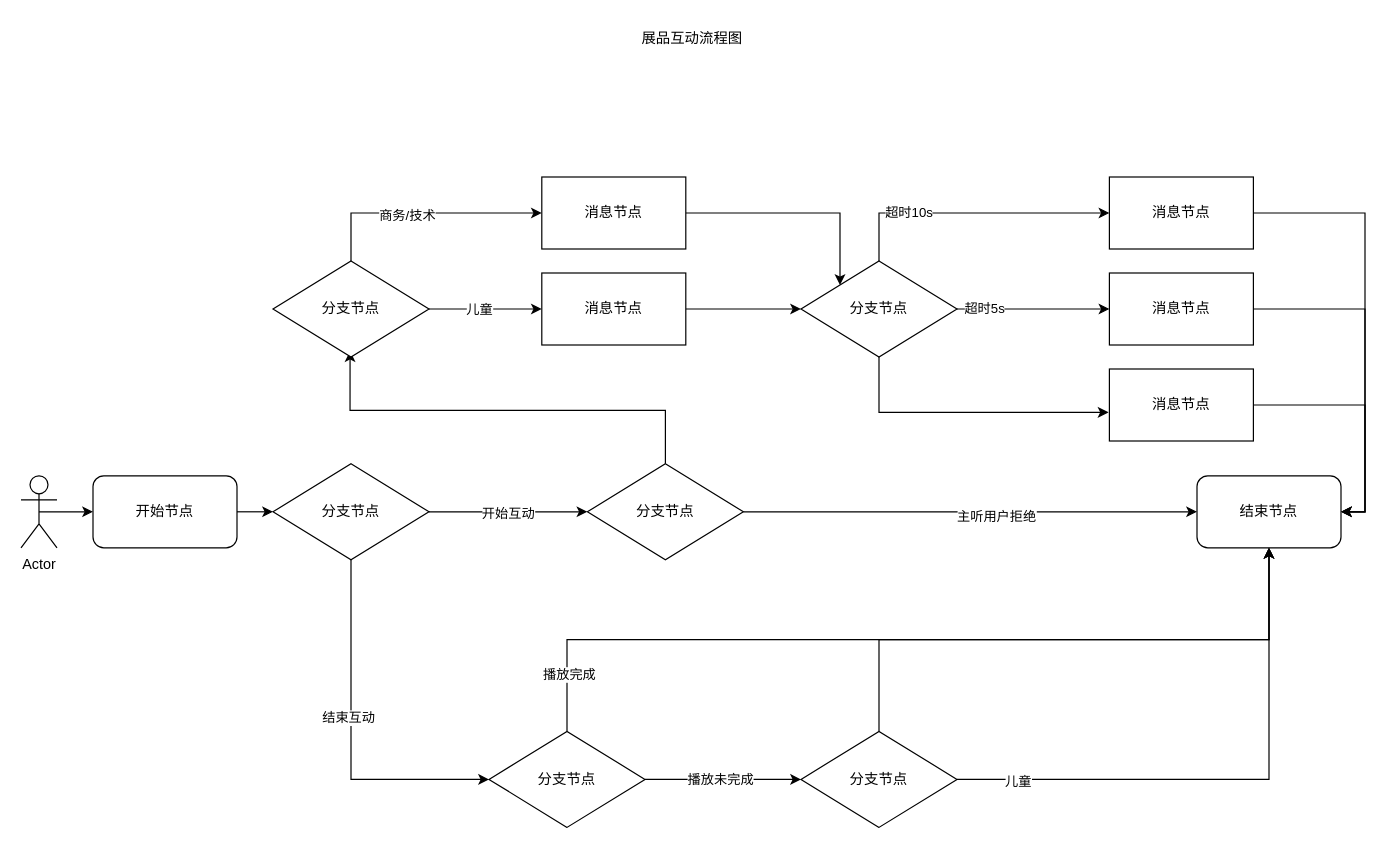
Earlier version of the draw.io diagram 7.展品互动.drawio (huaxiaojilzg/workflow_draw). Source tidied: cells renumbered, new cells numbered last; positions are measured from the earlier drawing's top-left corner, leaving out a move shared by most shapes. Both pictures are drawn from the tidied source at 120%, with x=0, y=0 at pixel (20, 20).
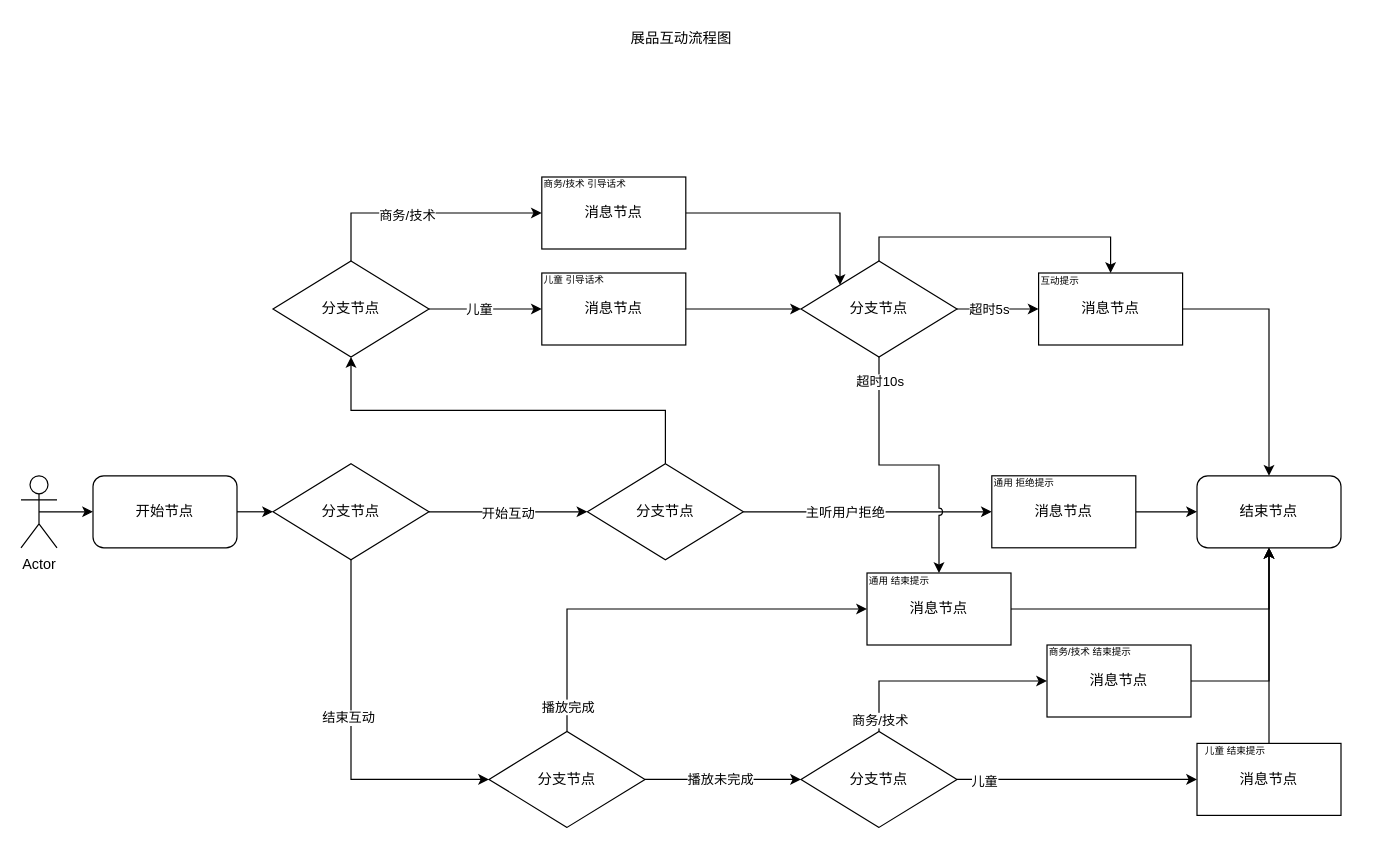
The same page after the edit.

Commit message:
更新7.展品互动.drawio

The change refers to these unchanged cells:
```xml
<mxCell id="9" value="结束节点" style="rounded=1;whiteSpace=wrap;html=1;" parent="1" vertex="1">
  <mxGeometry x="980" y="379" width="120" height="60" as="geometry" />
</mxCell>
<mxCell id="12" value="分支节点" style="rhombus;whiteSpace=wrap;html=1;" parent="1" vertex="1">
  <mxGeometry x="472" y="369" width="130" height="80" as="geometry" />
</mxCell>
<mxCell id="20" value="分支节点" style="rhombus;whiteSpace=wrap;html=1;direction=west;" parent="1" vertex="1">
  <mxGeometry x="390" y="592" width="130" height="80" as="geometry" />
</mxCell>
<mxCell id="21" style="edgeStyle=orthogonalEdgeStyle;rounded=0;jettySize=auto;html=1;exitX=1;exitY=0.5;exitDx=0;exitDy=0;entryX=0;entryY=0.5;entryDx=0;entryDy=0;" parent="1" edge="1" source="26" target="44">
  <mxGeometry relative="1" as="geometry" />
</mxCell>
<mxCell id="26" value="分支节点" style="rhombus;whiteSpace=wrap;html=1;" parent="1" vertex="1">
  <mxGeometry x="650" y="200" width="130" height="80" as="geometry" />
</mxCell>
<mxCell id="30" value="分支节点" style="rhombus;whiteSpace=wrap;html=1;direction=west;" parent="1" vertex="1">
  <mxGeometry x="650" y="592" width="130" height="80" as="geometry" />
</mxCell>
<mxCell id="34" value="分支节点" style="rhombus;whiteSpace=wrap;html=1;" parent="1" vertex="1">
  <mxGeometry x="210" y="200" width="130" height="80" as="geometry" />
</mxCell>
```

Diff of the diagram source:
```diff
@@
-    <mxCell id="8" style="edgeStyle=orthogonalEdgeStyle;rounded=0;jettySize=auto;html=1;exitX=0.5;exitY=0;exitDx=0;exitDy=0;entryX=0.494;entryY=0.938;entryDx=0;entryDy=0;entryPerimeter=0;" parent="1" edge="1" source="12" target="34">
+    <mxCell id="8" style="edgeStyle=orthogonalEdgeStyle;rounded=0;jettySize=auto;html=1;exitX=0.5;exitY=0;exitDx=0;exitDy=0;entryX=0.5;entryY=1;entryDx=0;entryDy=0;" parent="1" edge="1" source="12" target="34">
       <mxGeometry relative="1" as="geometry" />
     </mxCell>
@@
-    <mxCell id="10" style="edgeStyle=orthogonalEdgeStyle;rounded=0;jettySize=auto;html=1;exitX=1;exitY=0.5;exitDx=0;exitDy=0;" parent="1" edge="1" source="12" target="9">
+    <mxCell id="10" style="edgeStyle=orthogonalEdgeStyle;rounded=0;jettySize=auto;html=1;exitX=1;exitY=0.5;exitDx=0;exitDy=0;entryX=0;entryY=0.5;entryDx=0;entryDy=0;jumpStyle=arc;" parent="1" edge="1" source="12" target="59">
       <mxGeometry relative="1" as="geometry" />
     </mxCell>
     <mxCell id="11" value="主听用户拒绝" style="edgeLabel;html=1;align=center;verticalAlign=middle;" parent="10" vertex="1">
-      <mxGeometry x="0.11" y="-3" relative="1" as="geometry" />
+      <mxGeometry x="0.11" y="-3" relative="1" as="geometry">
+        <mxPoint x="-31" y="-3" as="offset" />
+      </mxGeometry>
     </mxCell>
@@
-    <mxCell id="16" style="edgeStyle=orthogonalEdgeStyle;rounded=0;jettySize=auto;html=1;exitX=0.5;exitY=1;exitDx=0;exitDy=0;entryX=0.5;entryY=1;entryDx=0;entryDy=0;" parent="1" edge="1" source="20" target="9">
-      <mxGeometry relative="1" as="geometry" />
-    </mxCell>
-    <mxCell id="17" value="播放完成" style="edgeLabel;html=1;align=center;verticalAlign=middle;" parent="16" vertex="1">
-      <mxGeometry x="-0.87" y="-1" relative="1" as="geometry" />
-    </mxCell>
@@
+    <mxCell id="47" style="edgeStyle=orthogonalEdgeStyle;rounded=0;jettySize=auto;html=1;exitX=0.5;exitY=1;exitDx=0;exitDy=0;entryX=0;entryY=0.5;entryDx=0;entryDy=0;" parent="1" edge="1" source="20" target="56">
+      <mxGeometry relative="1" as="geometry" />
+    </mxCell>
+    <mxCell id="17" value="播放完成" style="edgeLabel;html=1;align=center;verticalAlign=middle;" parent="47" vertex="1">
+      <mxGeometry x="-0.88" relative="1" as="geometry" />
+    </mxCell>
@@
     <mxCell id="22" value="超时5s" style="edgeLabel;html=1;align=center;verticalAlign=middle;" parent="21" vertex="1">
-      <mxGeometry x="-0.66" y="1" relative="1" as="geometry" />
+      <mxGeometry x="-0.66" y="1" relative="1" as="geometry">
+        <mxPoint x="14" y="1" as="offset" />
+      </mxGeometry>
     </mxCell>
-    <mxCell id="23" style="edgeStyle=orthogonalEdgeStyle;rounded=0;jettySize=auto;html=1;exitX=0.5;exitY=1;exitDx=0;exitDy=0;entryX=-0.006;entryY=0.602;entryDx=0;entryDy=0;entryPerimeter=0;" parent="1" edge="1" source="26" target="46">
+    <mxCell id="23" style="edgeStyle=orthogonalEdgeStyle;rounded=0;jettySize=auto;html=1;exitX=0.5;exitY=1;exitDx=0;exitDy=0;entryX=0.5;entryY=0;entryDx=0;entryDy=0;jumpStyle=arc;" parent="1" edge="1" source="26" target="56">
       <mxGeometry relative="1" as="geometry" />
     </mxCell>
-    <mxCell id="24" style="edgeStyle=orthogonalEdgeStyle;rounded=0;jettySize=auto;html=1;entryX=0;entryY=0.5;entryDx=0;entryDy=0;exitX=0.5;exitY=0;exitDx=0;exitDy=0;" parent="1" edge="1" source="26" target="42">
+    <mxCell id="24" style="edgeStyle=orthogonalEdgeStyle;rounded=0;jettySize=auto;html=1;exitX=0.5;exitY=0;exitDx=0;exitDy=0;entryX=0.5;entryY=0;entryDx=0;entryDy=0;" parent="1" edge="1" source="26" target="44">
       <mxGeometry relative="1" as="geometry" />
     </mxCell>
     <mxCell id="25" value="超时10s" style="edgeLabel;html=1;align=center;verticalAlign=middle;" parent="24" vertex="1">
-      <mxGeometry x="-0.45" y="1" relative="1" as="geometry" />
+      <mxGeometry x="-0.45" y="1" relative="1" as="geometry">
+        <mxPoint x="-47" y="121" as="offset" />
+      </mxGeometry>
     </mxCell>
@@
-    <mxCell id="27" style="edgeStyle=orthogonalEdgeStyle;rounded=0;jettySize=auto;html=1;exitX=0;exitY=0.5;exitDx=0;exitDy=0;entryX=0.5;entryY=1;entryDx=0;entryDy=0;" parent="1" edge="1" source="30" target="9">
+    <mxCell id="27" style="edgeStyle=orthogonalEdgeStyle;rounded=0;jettySize=auto;html=1;exitX=0;exitY=0.5;exitDx=0;exitDy=0;entryX=0;entryY=0.5;entryDx=0;entryDy=0;" parent="1" edge="1" source="30" target="51">
       <mxGeometry relative="1" as="geometry" />
     </mxCell>
@@
-    <mxCell id="29" style="edgeStyle=orthogonalEdgeStyle;rounded=0;jettySize=auto;html=1;exitX=0.5;exitY=1;exitDx=0;exitDy=0;entryX=0.5;entryY=1;entryDx=0;entryDy=0;" parent="1" edge="1" source="30" target="9">
+    <mxCell id="29" style="edgeStyle=orthogonalEdgeStyle;rounded=0;jettySize=auto;html=1;exitX=0.5;exitY=1;exitDx=0;exitDy=0;entryX=0;entryY=0.5;entryDx=0;entryDy=0;" parent="1" edge="1" source="30" target="50">
       <mxGeometry relative="1" as="geometry" />
     </mxCell>
+    <mxCell id="48" value="商务/技术" style="edgeLabel;html=1;align=center;verticalAlign=middle;" parent="29" vertex="1">
+      <mxGeometry x="-0.89" relative="1" as="geometry" />
+    </mxCell>
@@
     <mxCell id="31" value="展品互动流程图" style="text;html=1;align=center;verticalAlign=middle;whiteSpace=wrap;rounded=0;" parent="1" vertex="1">
-      <mxGeometry x="472" width="175" height="30" as="geometry" />
+      <mxGeometry x="463" width="175" height="30" as="geometry" />
     </mxCell>
@@
-    <mxCell id="41" style="edgeStyle=orthogonalEdgeStyle;rounded=0;jettySize=auto;html=1;exitX=1;exitY=0.5;exitDx=0;exitDy=0;entryX=1;entryY=0.5;entryDx=0;entryDy=0;" parent="1" edge="1" source="42" target="9">
-      <mxGeometry relative="1" as="geometry" />
-    </mxCell>
-    <mxCell id="42" value="消息节点" style="rounded=0;whiteSpace=wrap;html=1;" parent="1" vertex="1">
-      <mxGeometry x="907" y="130" width="120" height="60" as="geometry" />
-    </mxCell>
-    <mxCell id="43" style="edgeStyle=orthogonalEdgeStyle;rounded=0;jettySize=auto;html=1;exitX=1;exitY=0.5;exitDx=0;exitDy=0;entryX=1;entryY=0.5;entryDx=0;entryDy=0;" parent="1" edge="1" source="44" target="9">
+    <mxCell id="43" style="edgeStyle=orthogonalEdgeStyle;rounded=0;jettySize=auto;html=1;exitX=1;exitY=0.5;exitDx=0;exitDy=0;entryX=0.5;entryY=0;entryDx=0;entryDy=0;" parent="1" edge="1" source="44" target="9">
       <mxGeometry relative="1" as="geometry" />
     </mxCell>
     <mxCell id="44" value="消息节点" style="rounded=0;whiteSpace=wrap;html=1;" parent="1" vertex="1">
-      <mxGeometry x="907" y="210" width="120" height="60" as="geometry" />
+      <mxGeometry x="848" y="210" width="120" height="60" as="geometry" />
     </mxCell>
-    <mxCell id="45" style="edgeStyle=orthogonalEdgeStyle;rounded=0;jettySize=auto;html=1;exitX=1;exitY=0.5;exitDx=0;exitDy=0;entryX=1;entryY=0.5;entryDx=0;entryDy=0;" parent="1" edge="1" source="46" target="9">
-      <mxGeometry relative="1" as="geometry" />
-    </mxCell>
-    <mxCell id="46" value="消息节点" style="rounded=0;whiteSpace=wrap;html=1;" parent="1" vertex="1">
-      <mxGeometry x="907" y="290" width="120" height="60" as="geometry" />
-    </mxCell>
+    <mxCell id="49" style="edgeStyle=orthogonalEdgeStyle;rounded=0;jettySize=auto;html=1;exitX=1;exitY=0.5;exitDx=0;exitDy=0;entryX=0.5;entryY=1;entryDx=0;entryDy=0;" parent="1" edge="1" source="50" target="9">
+      <mxGeometry relative="1" as="geometry" />
+    </mxCell>
+    <mxCell id="50" value="消息节点" style="rounded=0;whiteSpace=wrap;html=1;" parent="1" vertex="1">
+      <mxGeometry x="855" y="520" width="120" height="60" as="geometry" />
+    </mxCell>
+    <mxCell id="51" value="消息节点" style="rounded=0;whiteSpace=wrap;html=1;" parent="1" vertex="1">
+      <mxGeometry x="980" y="602" width="120" height="60" as="geometry" />
+    </mxCell>
+    <mxCell id="52" value="&lt;span style=&quot;font-size: 8px;&quot;&gt;商务/技术 结束提示&lt;/span&gt;" style="text;html=1;align=left;verticalAlign=middle;whiteSpace=wrap;rounded=0;" parent="1" vertex="1">
+      <mxGeometry x="855" y="520" width="80" height="10" as="geometry" />
+    </mxCell>
+    <mxCell id="53" style="edgeStyle=orthogonalEdgeStyle;rounded=0;jettySize=auto;html=1;entryX=0.5;entryY=1;entryDx=0;entryDy=0;exitX=0.5;exitY=0;exitDx=0;exitDy=0;" parent="1" edge="1" source="51" target="9">
+      <mxGeometry relative="1" as="geometry" />
+    </mxCell>
+    <mxCell id="54" value="&lt;span style=&quot;font-size: 8px;&quot;&gt;儿童 结束提示&lt;/span&gt;" style="text;html=1;align=left;verticalAlign=middle;whiteSpace=wrap;rounded=0;" parent="1" vertex="1">
+      <mxGeometry x="985" y="602" width="80" height="10" as="geometry" />
+    </mxCell>
+    <mxCell id="55" style="edgeStyle=orthogonalEdgeStyle;rounded=0;jettySize=auto;html=1;exitX=1;exitY=0.5;exitDx=0;exitDy=0;entryX=0.5;entryY=1;entryDx=0;entryDy=0;" parent="1" edge="1" source="56" target="9">
+      <mxGeometry relative="1" as="geometry" />
+    </mxCell>
+    <mxCell id="56" value="消息节点" style="rounded=0;whiteSpace=wrap;html=1;" parent="1" vertex="1">
+      <mxGeometry x="705" y="460" width="120" height="60" as="geometry" />
+    </mxCell>
+    <mxCell id="57" value="&lt;span style=&quot;font-size: 8px;&quot;&gt;通用 结束提示&lt;/span&gt;" style="text;html=1;align=left;verticalAlign=middle;whiteSpace=wrap;rounded=0;" parent="1" vertex="1">
+      <mxGeometry x="705" y="461" width="80" height="10" as="geometry" />
+    </mxCell>
+    <mxCell id="58" style="edgeStyle=orthogonalEdgeStyle;rounded=0;jettySize=auto;html=1;exitX=1;exitY=0.5;exitDx=0;exitDy=0;" parent="1" edge="1" source="59" target="9">
+      <mxGeometry relative="1" as="geometry" />
+    </mxCell>
+    <mxCell id="59" value="消息节点" style="rounded=0;whiteSpace=wrap;html=1;" parent="1" vertex="1">
+      <mxGeometry x="809" y="379" width="120" height="60" as="geometry" />
+    </mxCell>
+    <mxCell id="60" value="&lt;span style=&quot;font-size: 8px;&quot;&gt;通用 拒绝提示&lt;/span&gt;" style="text;html=1;align=left;verticalAlign=middle;whiteSpace=wrap;rounded=0;" parent="1" vertex="1">
+      <mxGeometry x="809" y="379" width="80" height="10" as="geometry" />
+    </mxCell>
+    <mxCell id="61" value="&lt;span style=&quot;font-size: 8px;&quot;&gt;商务/技术 引导话术&lt;/span&gt;" style="text;html=1;align=left;verticalAlign=middle;whiteSpace=wrap;rounded=0;" parent="1" vertex="1">
+      <mxGeometry x="434" y="130" width="80" height="10" as="geometry" />
+    </mxCell>
+    <mxCell id="62" value="&lt;span style=&quot;font-size: 8px;&quot;&gt;儿童 引导话术&lt;/span&gt;" style="text;html=1;align=left;verticalAlign=middle;whiteSpace=wrap;rounded=0;" parent="1" vertex="1">
+      <mxGeometry x="434" y="210" width="80" height="10" as="geometry" />
+    </mxCell>
+    <mxCell id="63" value="&lt;span style=&quot;font-size: 8px;&quot;&gt;互动提示&lt;/span&gt;" style="text;html=1;align=left;verticalAlign=middle;whiteSpace=wrap;rounded=0;" parent="1" vertex="1">
+      <mxGeometry x="848" y="211" width="80" height="10" as="geometry" />
+    </mxCell>
```
